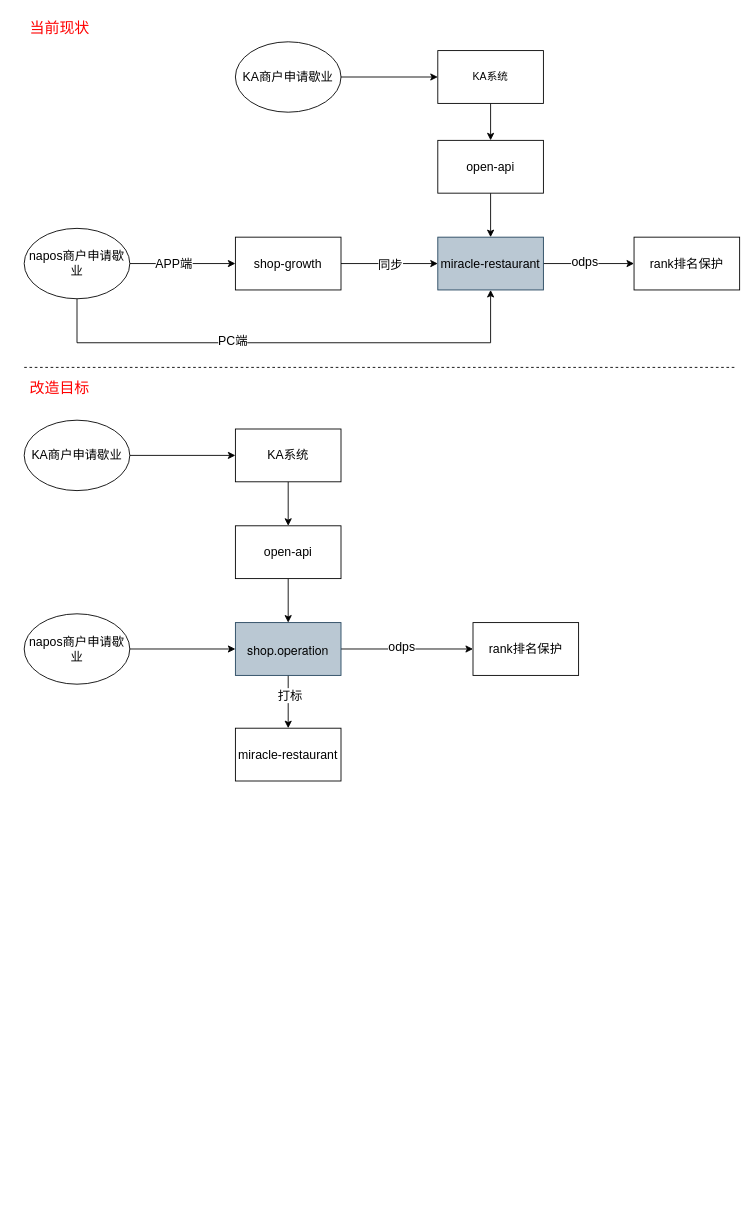
Earlier version of the draw.io diagram page "应用架构改造方案" (1 of 3) of 假期歇业.drawio (jon-kong/draw.io). Source tidied: cells renumbered, new cells numbered last; positions are measured from the earlier drawing's top-left corner, leaving out a move shared by most shapes. Both pictures are drawn from the tidied source at 88%, with x=0, y=0 at pixel (24, 15).
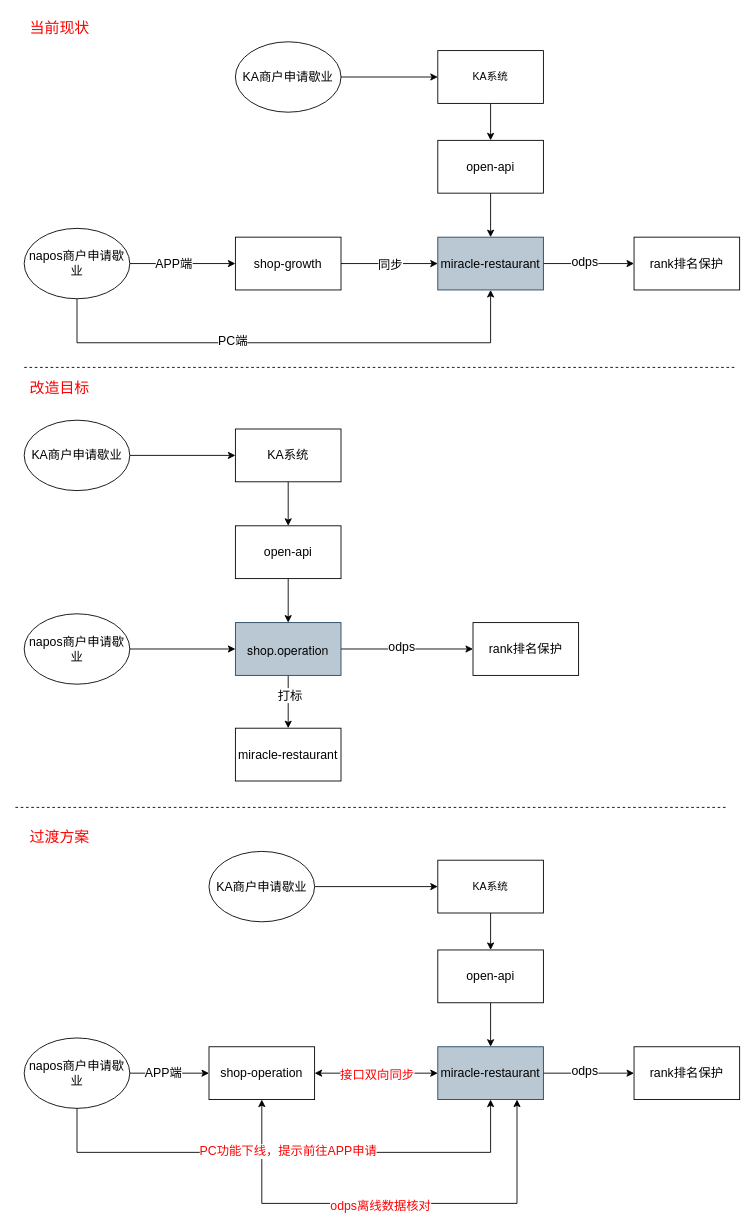
The same diagram, later.

Diff of the diagram source:
```diff
@@
+    <mxCell id="38" style="edgeStyle=orthogonalEdgeStyle;rounded=0;jettySize=auto;html=1;exitX=1;exitY=0.5;exitDx=0;exitDy=0;entryX=0;entryY=0.5;entryDx=0;entryDy=0;fontSize=14;" parent="1" edge="1" source="40" target="57">
+      <mxGeometry relative="1" as="geometry" />
+    </mxCell>
+    <mxCell id="39" value="odps" style="edgeLabel;html=1;align=center;verticalAlign=middle;fontSize=14;" parent="38" vertex="1">
+      <mxGeometry x="-0.1" y="3" relative="1" as="geometry" />
+    </mxCell>
+    <mxCell id="40" value="miracle-restaurant" style="rounded=0;whiteSpace=wrap;html=1;fontSize=14;fillColor=#bac8d3;strokeColor=#23445d;" parent="1" vertex="1">
+      <mxGeometry x="470" y="1172" width="120" height="60" as="geometry" />
+    </mxCell>
+    <mxCell id="41" style="edgeStyle=orthogonalEdgeStyle;rounded=0;jettySize=auto;html=1;exitX=0.5;exitY=1;exitDx=0;exitDy=0;entryX=0.5;entryY=0;entryDx=0;entryDy=0;fontSize=14;" parent="1" edge="1" source="42" target="40">
+      <mxGeometry relative="1" as="geometry" />
+    </mxCell>
+    <mxCell id="42" value="open-api" style="rounded=0;whiteSpace=wrap;html=1;fontSize=14;" parent="1" vertex="1">
+      <mxGeometry x="470" y="1062" width="120" height="60" as="geometry" />
+    </mxCell>
+    <mxCell id="43" style="edgeStyle=orthogonalEdgeStyle;rounded=0;jettySize=auto;html=1;exitX=0.5;exitY=1;exitDx=0;exitDy=0;entryX=0.5;entryY=0;entryDx=0;entryDy=0;fontSize=14;" parent="1" edge="1" source="44" target="42">
+      <mxGeometry relative="1" as="geometry" />
+    </mxCell>
+    <mxCell id="44" value="KA系统" style="rounded=0;whiteSpace=wrap;html=1;" parent="1" vertex="1">
+      <mxGeometry x="470" y="960" width="120" height="60" as="geometry" />
+    </mxCell>
+    <mxCell id="45" style="edgeStyle=orthogonalEdgeStyle;rounded=0;jettySize=auto;html=1;exitX=1;exitY=0.5;exitDx=0;exitDy=0;entryX=0;entryY=0.5;entryDx=0;entryDy=0;fontSize=14;startArrow=classic;startFill=1;" parent="1" edge="1" source="49" target="40">
+      <mxGeometry relative="1" as="geometry" />
+    </mxCell>
+    <mxCell id="46" value="接口双向同步" style="edgeLabel;html=1;align=center;verticalAlign=middle;fontSize=14;fontColor=#FF0000;" parent="45" vertex="1">
+      <mxGeometry y="-1" relative="1" as="geometry" />
+    </mxCell>
+    <mxCell id="47" style="rounded=0;jettySize=auto;html=1;entryX=0.75;entryY=1;entryDx=0;entryDy=0;startArrow=classic;startFill=1;fontSize=14;fontColor=#FF0000;exitX=0.5;exitY=1;exitDx=0;exitDy=0;edgeStyle=orthogonalEdgeStyle;" parent="1" edge="1" source="49" target="40">
+      <mxGeometry relative="1" as="geometry">
+        <Array as="points">
+          <mxPoint x="270" y="1350" />
+          <mxPoint x="560" y="1350" />
+        </Array>
+      </mxGeometry>
+    </mxCell>
+    <mxCell id="48" value="odps离线数据核对" style="edgeLabel;html=1;align=center;verticalAlign=middle;fontSize=14;fontColor=#FF0000;" parent="47" vertex="1">
+      <mxGeometry x="-0.04" y="-2" relative="1" as="geometry" />
+    </mxCell>
+    <mxCell id="49" value="shop-operation" style="rounded=0;whiteSpace=wrap;html=1;fontSize=14;" parent="1" vertex="1">
+      <mxGeometry x="210" y="1172" width="120" height="60" as="geometry" />
+    </mxCell>
+    <mxCell id="50" style="edgeStyle=orthogonalEdgeStyle;rounded=0;jettySize=auto;html=1;exitX=1;exitY=0.5;exitDx=0;exitDy=0;entryX=0;entryY=0.5;entryDx=0;entryDy=0;fontSize=14;" parent="1" edge="1" source="54" target="49">
+      <mxGeometry relative="1" as="geometry" />
+    </mxCell>
+    <mxCell id="51" value="APP端" style="edgeLabel;html=1;align=center;verticalAlign=middle;fontSize=14;" parent="50" vertex="1">
+      <mxGeometry x="-0.18" y="1" relative="1" as="geometry" />
+    </mxCell>
+    <mxCell id="52" style="edgeStyle=orthogonalEdgeStyle;rounded=0;jettySize=auto;html=1;exitX=0.5;exitY=1;exitDx=0;exitDy=0;entryX=0.5;entryY=1;entryDx=0;entryDy=0;fontSize=14;" parent="1" edge="1" source="54" target="40">
+      <mxGeometry relative="1" as="geometry">
+        <Array as="points">
+          <mxPoint x="60" y="1292" />
+          <mxPoint x="530" y="1292" />
+        </Array>
+      </mxGeometry>
+    </mxCell>
+    <mxCell id="53" value="PC功能下线，提示前往APP申请" style="edgeLabel;html=1;align=center;verticalAlign=middle;fontColor=#FF0000;fontSize=14;" parent="52" vertex="1">
+      <mxGeometry x="0.23" y="1" relative="1" as="geometry">
+        <mxPoint x="-68" y="-1" as="offset" />
+      </mxGeometry>
+    </mxCell>
+    <mxCell id="54" value="napos商户申请歇业" style="ellipse;whiteSpace=wrap;html=1;fontSize=14;" parent="1" vertex="1">
+      <mxGeometry y="1162" width="120" height="80" as="geometry" />
+    </mxCell>
+    <mxCell id="55" style="edgeStyle=orthogonalEdgeStyle;rounded=0;jettySize=auto;html=1;exitX=1;exitY=0.5;exitDx=0;exitDy=0;entryX=0;entryY=0.5;entryDx=0;entryDy=0;fontSize=14;" parent="1" edge="1" source="56" target="44">
+      <mxGeometry relative="1" as="geometry" />
+    </mxCell>
+    <mxCell id="56" value="KA商户申请歇业" style="ellipse;whiteSpace=wrap;html=1;fontSize=14;" parent="1" vertex="1">
+      <mxGeometry x="210" y="950" width="120" height="80" as="geometry" />
+    </mxCell>
+    <mxCell id="57" value="rank排名保护" style="rounded=0;whiteSpace=wrap;html=1;fontSize=14;" parent="1" vertex="1">
+      <mxGeometry x="693" y="1172" width="120" height="60" as="geometry" />
+    </mxCell>
+    <mxCell id="58" value="过渡方案" style="text;html=1;align=center;verticalAlign=middle;fontSize=17;labelBackgroundColor=none;labelBorderColor=none;fontColor=#FF0000;" parent="1" vertex="1">
+      <mxGeometry y="920" width="80" height="30" as="geometry" />
+    </mxCell>
+    <mxCell id="59" style="endArrow=none;dashed=1;html=1;fontSize=17;fontColor=#FF0000;labelBorderColor=none;strokeWidth=1;" parent="1" edge="1">
+      <mxGeometry relative="1" as="geometry">
+        <mxPoint x="-10" y="900" as="sourcePoint" />
+        <mxPoint x="800" y="900" as="targetPoint" />
+      </mxGeometry>
+    </mxCell>
```
